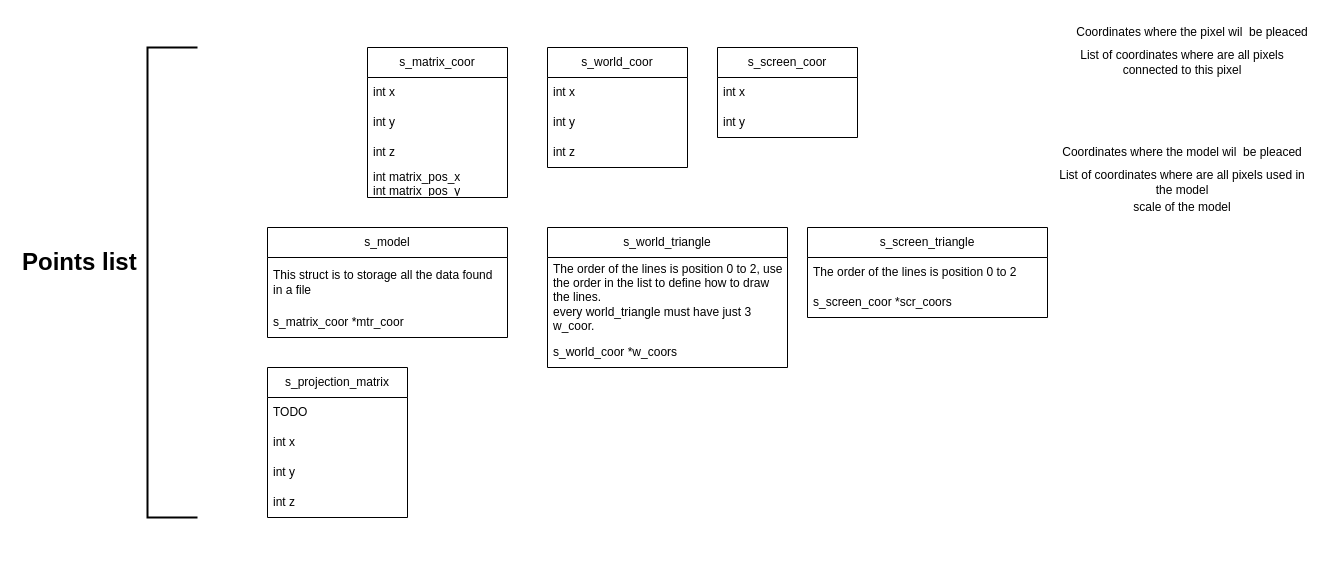
Before: page "data layer" (2 of 4) of Untitled Diagram.drawio in nythocampos/42_code, a draw.io diagram. Source tidied: cells renumbered, new cells numbered last; positions are measured from the earlier drawing's top-left corner, leaving out a move shared by most shapes. Both pictures are drawn from the tidied source at 100%, with x=0, y=0 at pixel (17, 17).
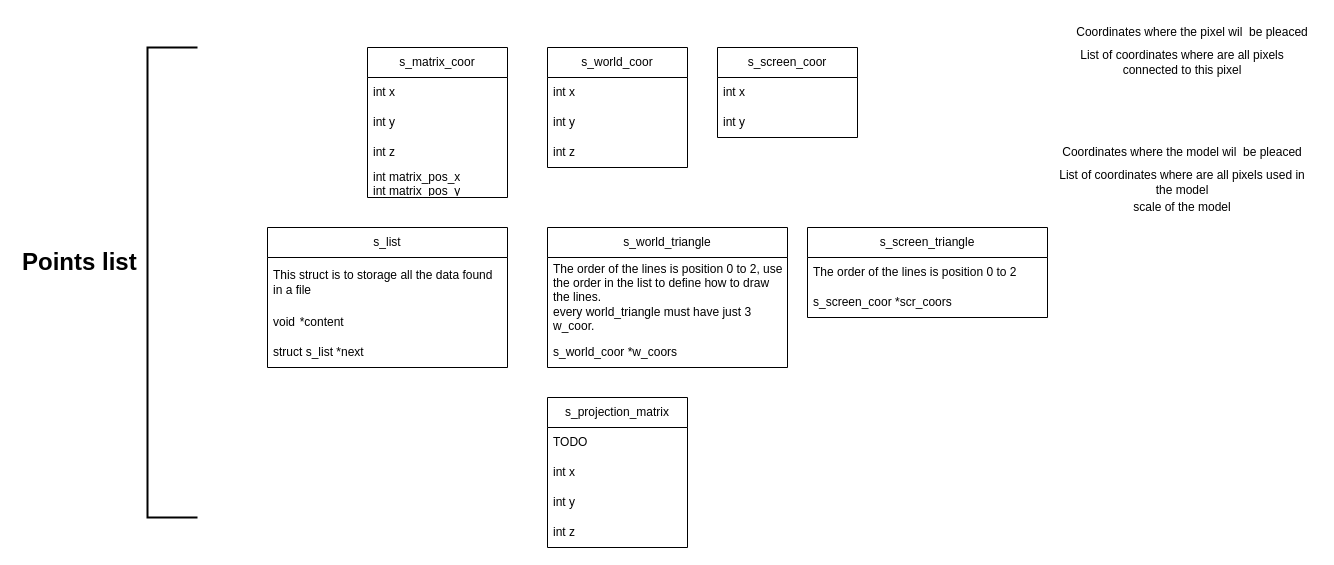
After the change.

What changed in the source:
```diff
@@
-    <mxCell id="22" value="s_model" style="swimlane;fontStyle=0;horizontal=1;startSize=30;whiteSpace=wrap;html=1;" parent="1" vertex="1">
-      <mxGeometry x="250" y="210" width="240" height="110" as="geometry" />
+    <mxCell id="22" value="s_list" style="swimlane;fontStyle=0;horizontal=1;startSize=30;whiteSpace=wrap;html=1;" parent="1" vertex="1">
+      <mxGeometry x="250" y="210" width="240" height="140" as="geometry" />
     </mxCell>
@@
+    <mxCell id="35" value="void&lt;span style=&quot;white-space: pre;&quot;&gt;&#9;&lt;/span&gt;*content" style="text;strokeColor=none;fillColor=none;align=left;verticalAlign=middle;spacingLeft=4;spacingRight=4;overflow=hidden;whiteSpace=wrap;html=1;" parent="22" vertex="1">
+      <mxGeometry y="80" width="240" height="30" as="geometry" />
+    </mxCell>
-    <mxCell id="24" value="s_matrix_coor *mtr_coor" style="text;strokeColor=none;fillColor=none;align=left;verticalAlign=middle;spacingLeft=4;spacingRight=4;overflow=hidden;whiteSpace=wrap;html=1;" parent="22" vertex="1">
-      <mxGeometry y="80" width="240" height="30" as="geometry" />
+    <mxCell id="24" value="struct s_list *next" style="text;strokeColor=none;fillColor=none;align=left;verticalAlign=middle;spacingLeft=4;spacingRight=4;overflow=hidden;whiteSpace=wrap;html=1;" parent="22" vertex="1">
+      <mxGeometry y="110" width="240" height="30" as="geometry" />
     </mxCell>
@@
     <mxCell id="30" value="s_projection_matrix" style="swimlane;fontStyle=0;horizontal=1;startSize=30;whiteSpace=wrap;html=1;" parent="1" vertex="1">
-      <mxGeometry x="250" y="350" width="140" height="150" as="geometry" />
+      <mxGeometry x="530" y="380" width="140" height="150" as="geometry" />
     </mxCell>
```
